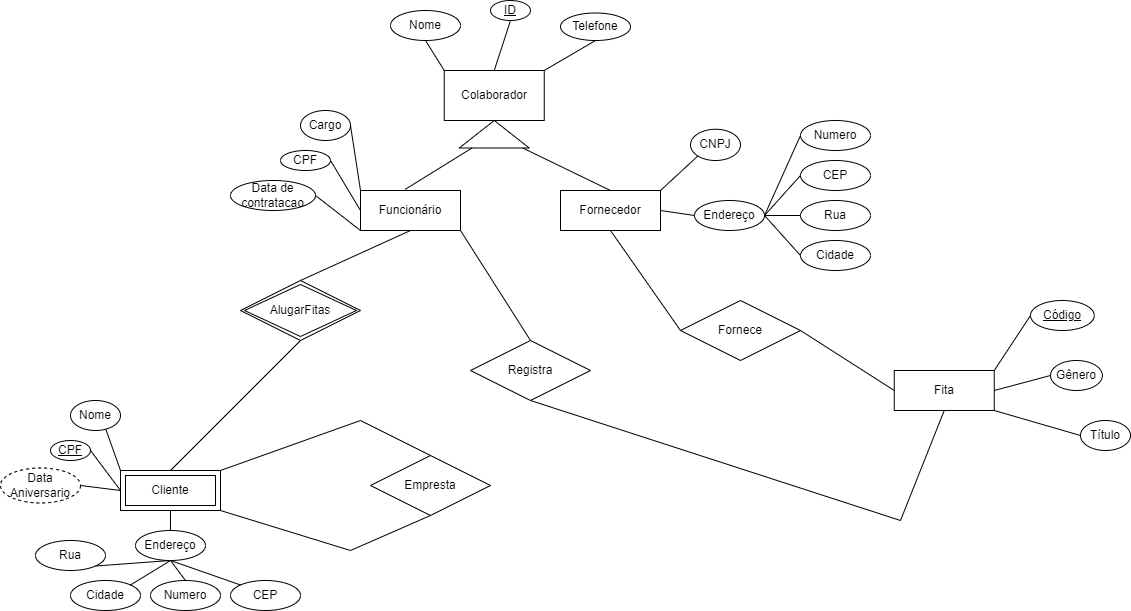
The draw.io diagram Database Diagram.drawio.png in ivanalves-t/DataBaseMER, before a commit. Source tidied: cells renumbered, new cells last; positions are measured from the earlier drawing's top-left corner, leaving out a move shared by most shapes.
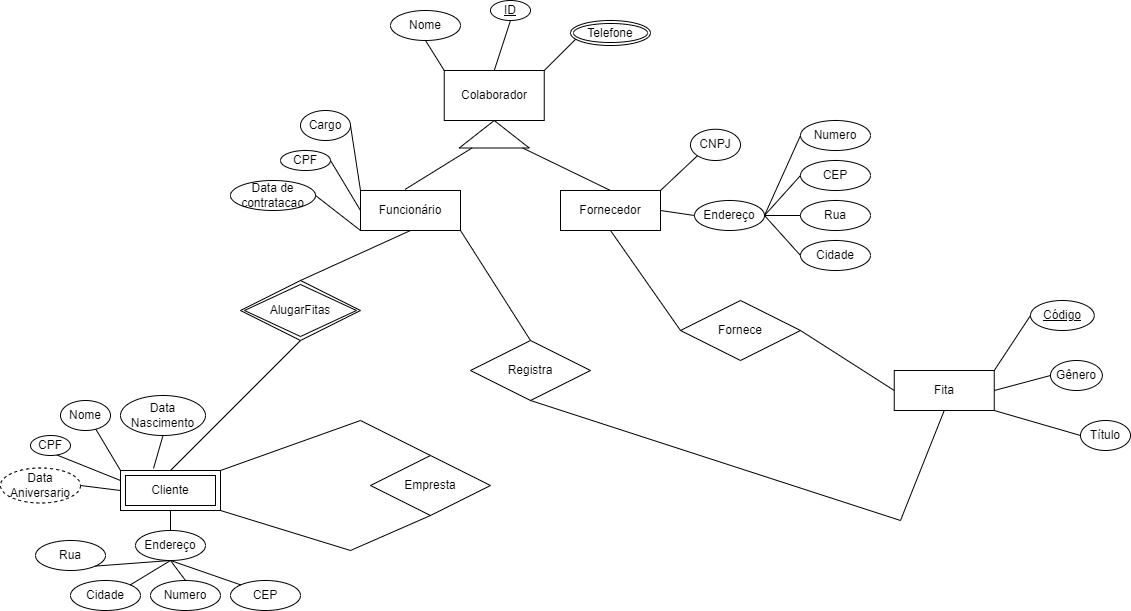
After the change.

Commit message:
Atributo multivalorado implementado

The edit, as a diff of the source:
```diff
@@ -47,10 +47,7 @@
     <mxCell id="16" value="Nome" style="ellipse;whiteSpace=wrap;html=1;align=center;" parent="1" vertex="1">
       <mxGeometry x="390" y="10" width="70" height="30" as="geometry" />
     </mxCell>
-    <mxCell id="17" value="Telefone" style="ellipse;whiteSpace=wrap;html=1;align=center;" parent="1" vertex="1">
-      <mxGeometry x="560" y="12.5" width="70" height="27.5" as="geometry" />
-    </mxCell>
-    <mxCell id="18" style="endArrow=none;html=1;rounded=0;exitX=1;exitY=0;exitDx=0;exitDy=0;entryX=0.5;entryY=1;entryDx=0;entryDy=0;" parent="1" edge="1" source="3" target="17">
+    <mxCell id="18" style="endArrow=none;html=1;rounded=0;exitX=1;exitY=0;exitDx=0;exitDy=0;entryX=0.08;entryY=0.7;entryDx=0;entryDy=0;entryPerimeter=0;" parent="1" edge="1" source="3" target="17">
       <mxGeometry relative="1" as="geometry" />
     </mxCell>
     <mxCell id="19" value="ID" style="ellipse;whiteSpace=wrap;html=1;align=center;fontStyle=4;" parent="1" vertex="1">
@@ -117,7 +114,7 @@
       <mxGeometry x="120" y="470" width="100" height="40" as="geometry" />
     </mxCell>
     <mxCell id="40" value="Nome" style="ellipse;whiteSpace=wrap;html=1;align=center;" parent="1" vertex="1">
-      <mxGeometry x="70" y="400" width="50" height="30" as="geometry" />
+      <mxGeometry x="60" y="400" width="50" height="30" as="geometry" />
     </mxCell>
     <mxCell id="41" value="Endereço" style="ellipse;whiteSpace=wrap;html=1;align=center;" parent="1" vertex="1">
       <mxGeometry x="135" y="530" width="70" height="30" as="geometry" />
@@ -134,9 +131,6 @@
     <mxCell id="45" value="Numero" style="ellipse;whiteSpace=wrap;html=1;align=center;" parent="1" vertex="1">
       <mxGeometry x="150" y="580" width="70" height="30" as="geometry" />
     </mxCell>
-    <mxCell id="46" value="CPF" style="ellipse;whiteSpace=wrap;html=1;align=center;fontStyle=4;" parent="1" vertex="1">
-      <mxGeometry x="50" y="440" width="40" height="20" as="geometry" />
-    </mxCell>
     <mxCell id="47" value="Data Aniversario" style="ellipse;whiteSpace=wrap;html=1;align=center;dashed=1;" parent="1" vertex="1">
       <mxGeometry y="467.5" width="80" height="35" as="geometry" />
     </mxCell>
@@ -155,7 +149,7 @@
     <mxCell id="52" style="endArrow=none;html=1;rounded=0;exitX=0;exitY=0.5;exitDx=0;exitDy=0;entryX=1;entryY=0.5;entryDx=0;entryDy=0;" parent="1" edge="1" source="39" target="47">
       <mxGeometry relative="1" as="geometry" />
     </mxCell>
-    <mxCell id="53" style="endArrow=none;html=1;rounded=0;exitX=0;exitY=0.5;exitDx=0;exitDy=0;entryX=1;entryY=0.5;entryDx=0;entryDy=0;" parent="1" edge="1" source="39" target="46">
+    <mxCell id="53" style="endArrow=none;html=1;rounded=0;exitX=0;exitY=0.25;exitDx=0;exitDy=0;entryX=0.63;entryY=0.95;entryDx=0;entryDy=0;entryPerimeter=0;" parent="1" edge="1" source="39" target="46">
       <mxGeometry relative="1" as="geometry" />
     </mxCell>
     <mxCell id="54" style="endArrow=none;html=1;rounded=0;exitX=0;exitY=0;exitDx=0;exitDy=0;entryX=0.705;entryY=0.952;entryDx=0;entryDy=0;entryPerimeter=0;" parent="1" edge="1" source="39" target="40">
@@ -212,5 +206,17 @@
         </Array>
       </mxGeometry>
     </mxCell>
+    <mxCell id="68" value="Data&lt;div&gt;Nascimento&lt;/div&gt;" style="ellipse;whiteSpace=wrap;html=1;align=center;" parent="1" vertex="1">
+      <mxGeometry x="120" y="395" width="85" height="40" as="geometry" />
+    </mxCell>
+    <mxCell id="69" style="endArrow=none;html=1;rounded=0;exitX=0.5;exitY=1;exitDx=0;exitDy=0;entryX=0.33;entryY=-0.05;entryDx=0;entryDy=0;entryPerimeter=0;" parent="1" edge="1" source="68" target="39">
+      <mxGeometry relative="1" as="geometry" />
+    </mxCell>
+    <mxCell id="46" value="CPF" style="ellipse;whiteSpace=wrap;html=1;align=center;" parent="1" vertex="1">
+      <mxGeometry x="30" y="435" width="40" height="20" as="geometry" />
+    </mxCell>
+    <mxCell id="17" value="Telefone" style="ellipse;shape=doubleEllipse;margin=3;whiteSpace=wrap;html=1;align=center;" parent="1" vertex="1">
+      <mxGeometry x="570" y="20" width="80" height="25" as="geometry" />
+    </mxCell>
   </root>
 </mxGraphModel>
```
